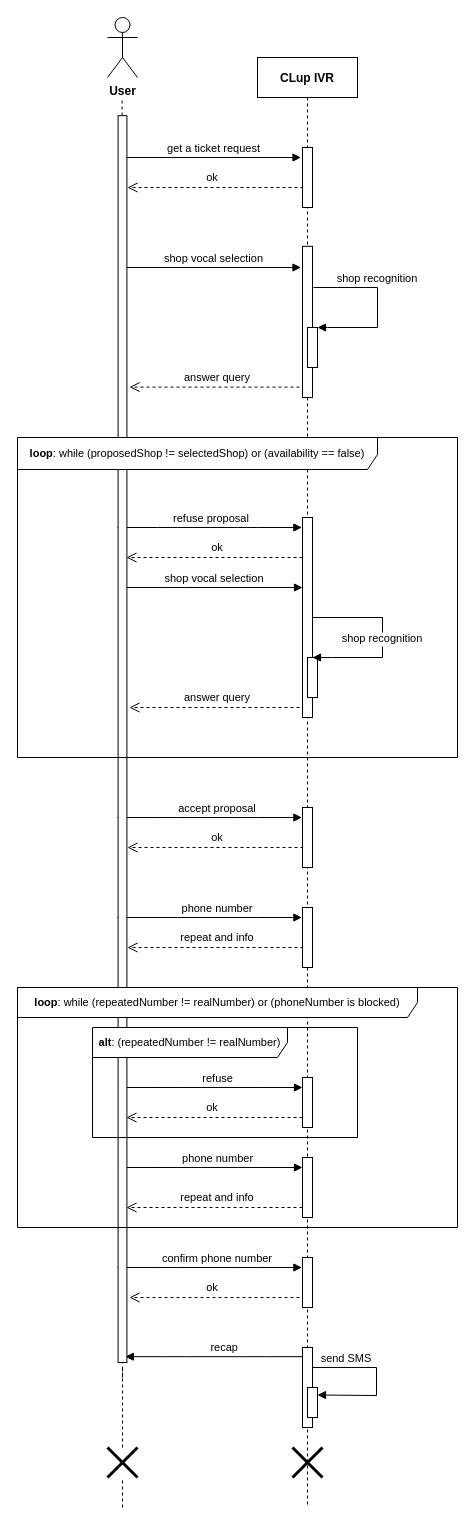
This is RASD/assets/sequence_diagrams/CallCenterTicket.drawio from CosimoSguanci/SguanciSpataforaVergani-RASD-DD-ingsw2, a draw.io file, before an edit. Source tidied: cells renumbered, new cells numbered last; positions are measured from the earlier drawing's top-left corner, leaving out a move shared by most shapes. Both pictures are drawn from the tidied source at 100%, with x=0, y=0 at pixel (-501, 17).
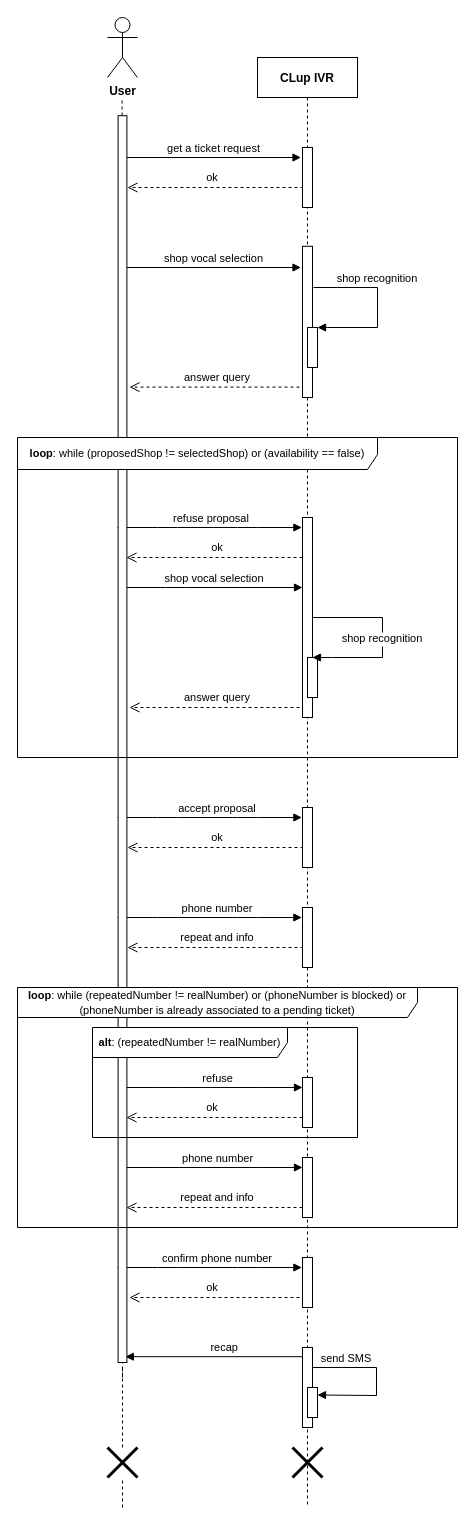
Above is the later version.

Commit message (it also covers changes not shown here):
Fixes associated to slight changes in use-cases

What changed in the source:
```diff
@@
-    <mxCell id="52" value="&lt;font style=&quot;font-size: 11px&quot;&gt;&lt;b&gt;loop&lt;/b&gt;: while (repeatedNumber != realNumber) or (phoneNumber is blocked)&lt;/font&gt;" style="shape=umlFrame;whiteSpace=wrap;html=1;width=400;height=30;" parent="1" vertex="1">
+    <mxCell id="52" value="&lt;font style=&quot;font-size: 11px&quot;&gt;&lt;b&gt;loop&lt;/b&gt;: while (repeatedNumber != realNumber) or (phoneNumber is blocked) or (phoneNumber is already associated to a pending ticket)&lt;/font&gt;" style="shape=umlFrame;whiteSpace=wrap;html=1;width=400;height=30;" parent="1" vertex="1">
       <mxGeometry x="518" y="970" width="440" height="240" as="geometry" />
     </mxCell>
```
